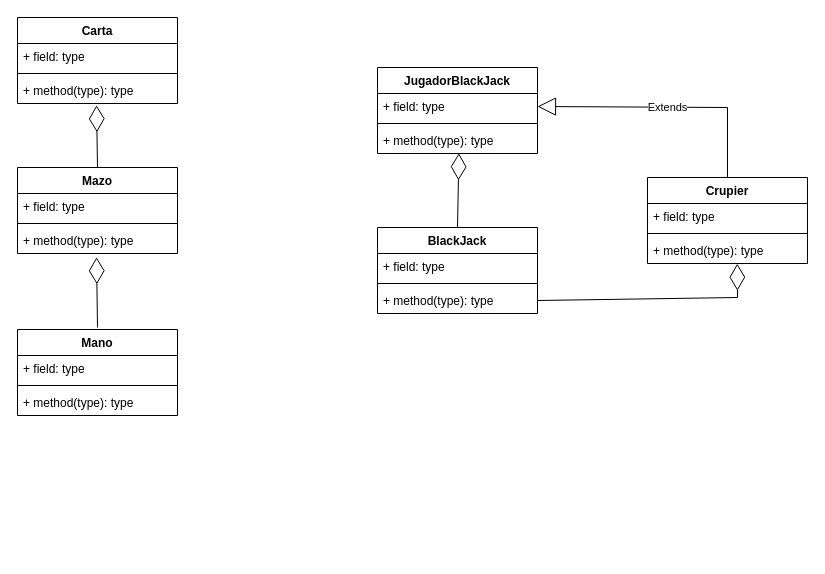
gceballos23/Casino keeps this draw.io diagram as page "BLACKJACK" (5 of 6) of MaquinaTragamonedas.drawio. Above is the earlier version. Source tidied: cells renumbered, new cells numbered last; positions are measured from the earlier drawing's top-left corner, leaving out a move shared by most shapes. Both pictures are drawn from the tidied source at 100%, with x=0, y=0 at pixel (17, 17).
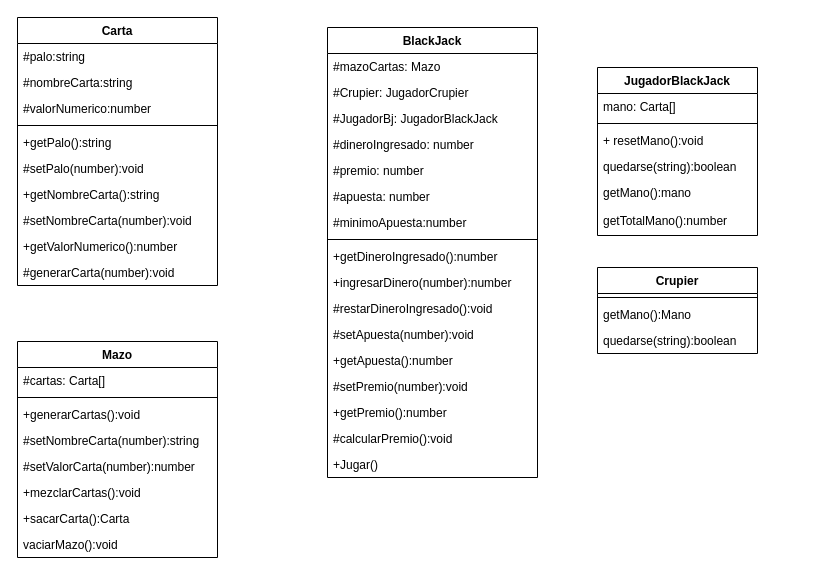
The same page after the edit.

Diff of the diagram source:
```diff
@@
     <mxCell id="2" value="Carta" style="swimlane;fontStyle=1;align=center;verticalAlign=top;horizontal=1;startSize=26;" parent="1" vertex="1">
-      <mxGeometry width="160" height="86" as="geometry" />
+      <mxGeometry width="200" height="268" as="geometry" />
     </mxCell>
-    <mxCell id="3" value="+ field: type" style="text;strokeColor=none;fillColor=none;align=left;verticalAlign=top;spacingLeft=4;spacingRight=4;overflow=hidden;" parent="2" vertex="1">
-      <mxGeometry y="26" width="160" height="26" as="geometry" />
+    <mxCell id="3" value="#palo:string" style="text;strokeColor=none;fillColor=none;align=left;verticalAlign=top;spacingLeft=4;spacingRight=4;overflow=hidden;" parent="2" vertex="1">
+      <mxGeometry y="26" width="200" height="26" as="geometry" />
     </mxCell>
+    <mxCell id="31" value="#nombreCarta:string" style="text;strokeColor=none;fillColor=none;align=left;verticalAlign=top;spacingLeft=4;spacingRight=4;overflow=hidden;" parent="2" vertex="1">
+      <mxGeometry y="52" width="200" height="26" as="geometry" />
+    </mxCell>
+    <mxCell id="32" value="#valorNumerico:number" style="text;strokeColor=none;fillColor=none;align=left;verticalAlign=top;spacingLeft=4;spacingRight=4;overflow=hidden;" parent="2" vertex="1">
+      <mxGeometry y="78" width="200" height="26" as="geometry" />
+    </mxCell>
     <mxCell id="4" style="line;strokeWidth=1;fillColor=none;align=left;verticalAlign=middle;spacingTop=-1;spacingLeft=3;spacingRight=3;labelPosition=right;strokeColor=inherit;" parent="2" vertex="1">
-      <mxGeometry y="52" width="160" height="8" as="geometry" />
+      <mxGeometry y="104" width="200" height="8" as="geometry" />
     </mxCell>
-    <mxCell id="5" value="+ method(type): type" style="text;strokeColor=none;fillColor=none;align=left;verticalAlign=top;spacingLeft=4;spacingRight=4;overflow=hidden;points=[[0,0.5],[1,0.5]];portConstraint=eastwest;" parent="2" vertex="1">
-      <mxGeometry y="60" width="160" height="26" as="geometry" />
+    <mxCell id="5" value="+getPalo():string" style="text;strokeColor=none;fillColor=none;align=left;verticalAlign=top;spacingLeft=4;spacingRight=4;overflow=hidden;points=[[0,0.5],[1,0.5]];portConstraint=eastwest;" parent="2" vertex="1">
+      <mxGeometry y="112" width="200" height="26" as="geometry" />
     </mxCell>
-    <mxCell id="6" value="Mazo" style="swimlane;fontStyle=1;align=center;verticalAlign=top;horizontal=1;startSize=26;" parent="1" vertex="1">
-      <mxGeometry y="150" width="160" height="86" as="geometry" />
-    </mxCell>
-    <mxCell id="7" value="+ field: type" style="text;strokeColor=none;fillColor=none;align=left;verticalAlign=top;spacingLeft=4;spacingRight=4;overflow=hidden;" parent="6" vertex="1">
-      <mxGeometry y="26" width="160" height="26" as="geometry" />
-    </mxCell>
-    <mxCell id="8" style="line;strokeWidth=1;fillColor=none;align=left;verticalAlign=middle;spacingTop=-1;spacingLeft=3;spacingRight=3;labelPosition=right;strokeColor=inherit;" parent="6" vertex="1">
-      <mxGeometry y="52" width="160" height="8" as="geometry" />
-    </mxCell>
-    <mxCell id="9" value="+ method(type): type" style="text;strokeColor=none;fillColor=none;align=left;verticalAlign=top;spacingLeft=4;spacingRight=4;overflow=hidden;points=[[0,0.5],[1,0.5]];portConstraint=eastwest;" parent="6" vertex="1">
-      <mxGeometry y="60" width="160" height="26" as="geometry" />
-    </mxCell>
-    <mxCell id="10" value="Mano" style="swimlane;fontStyle=1;align=center;verticalAlign=top;horizontal=1;startSize=26;" parent="1" vertex="1">
-      <mxGeometry y="312" width="160" height="86" as="geometry" />
-    </mxCell>
-    <mxCell id="11" value="+ field: type" style="text;strokeColor=none;fillColor=none;align=left;verticalAlign=top;spacingLeft=4;spacingRight=4;overflow=hidden;" parent="10" vertex="1">
-      <mxGeometry y="26" width="160" height="26" as="geometry" />
-    </mxCell>
-    <mxCell id="12" style="line;strokeWidth=1;fillColor=none;align=left;verticalAlign=middle;spacingTop=-1;spacingLeft=3;spacingRight=3;labelPosition=right;strokeColor=inherit;" parent="10" vertex="1">
-      <mxGeometry y="52" width="160" height="8" as="geometry" />
-    </mxCell>
-    <mxCell id="13" value="+ method(type): type" style="text;strokeColor=none;fillColor=none;align=left;verticalAlign=top;spacingLeft=4;spacingRight=4;overflow=hidden;" parent="10" vertex="1">
-      <mxGeometry y="60" width="160" height="26" as="geometry" />
-    </mxCell>
+    <mxCell id="33" value="#setPalo(number):void" style="text;strokeColor=none;fillColor=none;align=left;verticalAlign=top;spacingLeft=4;spacingRight=4;overflow=hidden;" parent="2" vertex="1">
+      <mxGeometry y="138" width="200" height="26" as="geometry" />
+    </mxCell>
+    <mxCell id="34" value="+getNombreCarta():string" style="text;strokeColor=none;fillColor=none;align=left;verticalAlign=top;spacingLeft=4;spacingRight=4;overflow=hidden;" parent="2" vertex="1">
+      <mxGeometry y="164" width="200" height="26" as="geometry" />
+    </mxCell>
+    <mxCell id="35" value="#setNombreCarta(number):void" style="text;strokeColor=none;fillColor=none;align=left;verticalAlign=top;spacingLeft=4;spacingRight=4;overflow=hidden;" parent="2" vertex="1">
+      <mxGeometry y="190" width="200" height="26" as="geometry" />
+    </mxCell>
+    <mxCell id="36" value="+getValorNumerico():number" style="text;strokeColor=none;fillColor=none;align=left;verticalAlign=top;spacingLeft=4;spacingRight=4;overflow=hidden;" parent="2" vertex="1">
+      <mxGeometry y="216" width="200" height="26" as="geometry" />
+    </mxCell>
+    <mxCell id="37" value="#generarCarta(number):void" style="text;strokeColor=none;fillColor=none;align=left;verticalAlign=top;spacingLeft=4;spacingRight=4;overflow=hidden;" parent="2" vertex="1">
+      <mxGeometry y="242" width="200" height="26" as="geometry" />
+    </mxCell>
     <mxCell id="14" value="JugadorBlackJack" style="swimlane;fontStyle=1;align=center;verticalAlign=top;horizontal=1;startSize=26;" parent="1" vertex="1">
-      <mxGeometry x="360" y="50" width="160" height="86" as="geometry" />
+      <mxGeometry x="580" y="50" width="160" height="168" as="geometry" />
     </mxCell>
-    <mxCell id="15" value="+ field: type" style="text;strokeColor=none;fillColor=none;align=left;verticalAlign=top;spacingLeft=4;spacingRight=4;overflow=hidden;points=[[0,0.5],[1,0.5]];portConstraint=eastwest;" parent="14" vertex="1">
+    <mxCell id="15" value="mano: Carta[]" style="text;strokeColor=none;fillColor=none;align=left;verticalAlign=top;spacingLeft=4;spacingRight=4;overflow=hidden;points=[[0,0.5],[1,0.5]];portConstraint=eastwest;" parent="14" vertex="1">
       <mxGeometry y="26" width="160" height="26" as="geometry" />
     </mxCell>
@@
-    <mxCell id="17" value="+ method(type): type" style="text;strokeColor=none;fillColor=none;align=left;verticalAlign=top;spacingLeft=4;spacingRight=4;overflow=hidden;points=[[0,0.5],[1,0.5]];portConstraint=eastwest;" parent="14" vertex="1">
+    <mxCell id="17" value="+ resetMano():void" style="text;strokeColor=none;fillColor=none;align=left;verticalAlign=top;spacingLeft=4;spacingRight=4;overflow=hidden;points=[[0,0.5],[1,0.5]];portConstraint=eastwest;" parent="14" vertex="1">
       <mxGeometry y="60" width="160" height="26" as="geometry" />
     </mxCell>
+    <mxCell id="38" value="quedarse(string):boolean" style="text;strokeColor=none;fillColor=none;align=left;verticalAlign=top;spacingLeft=4;spacingRight=4;overflow=hidden;" parent="14" vertex="1">
+      <mxGeometry y="86" width="160" height="26" as="geometry" />
+    </mxCell>
+    <mxCell id="39" value="getMano():mano" style="text;strokeColor=none;fillColor=none;align=left;verticalAlign=top;spacingLeft=4;spacingRight=4;overflow=hidden;" parent="14" vertex="1">
+      <mxGeometry y="112" width="160" height="28" as="geometry" />
+    </mxCell>
+    <mxCell id="40" value="getTotalMano():number" style="text;strokeColor=none;fillColor=none;align=left;verticalAlign=top;spacingLeft=4;spacingRight=4;overflow=hidden;" parent="14" vertex="1">
+      <mxGeometry y="140" width="160" height="28" as="geometry" />
+    </mxCell>
     <mxCell id="18" value="Crupier" style="swimlane;fontStyle=1;align=center;verticalAlign=top;horizontal=1;startSize=26;" parent="1" vertex="1">
-      <mxGeometry x="630" y="160" width="160" height="86" as="geometry" />
+      <mxGeometry x="580" y="250" width="160" height="86" as="geometry" />
     </mxCell>
-    <mxCell id="19" value="+ field: type" style="text;strokeColor=none;fillColor=none;align=left;verticalAlign=top;spacingLeft=4;spacingRight=4;overflow=hidden;" parent="18" vertex="1">
-      <mxGeometry y="26" width="160" height="26" as="geometry" />
-    </mxCell>
     <mxCell id="20" style="line;strokeWidth=1;fillColor=none;align=left;verticalAlign=middle;spacingTop=-1;spacingLeft=3;spacingRight=3;labelPosition=right;strokeColor=inherit;" parent="18" vertex="1">
-      <mxGeometry y="52" width="160" height="8" as="geometry" />
+      <mxGeometry y="26" width="160" height="8" as="geometry" />
     </mxCell>
-    <mxCell id="21" value="+ method(type): type" style="text;strokeColor=none;fillColor=none;align=left;verticalAlign=top;spacingLeft=4;spacingRight=4;overflow=hidden;points=[[0,0.5],[1,0.5]];portConstraint=eastwest;" parent="18" vertex="1">
-      <mxGeometry y="60" width="160" height="26" as="geometry" />
+    <mxCell id="21" value="getMano():Mano" style="text;strokeColor=none;fillColor=none;align=left;verticalAlign=top;spacingLeft=4;spacingRight=4;overflow=hidden;points=[[0,0.5],[1,0.5]];portConstraint=eastwest;" parent="18" vertex="1">
+      <mxGeometry y="34" width="160" height="26" as="geometry" />
     </mxCell>
+    <mxCell id="41" value="quedarse(string):boolean" style="text;strokeColor=none;fillColor=none;align=left;verticalAlign=top;spacingLeft=4;spacingRight=4;overflow=hidden;" parent="18" vertex="1">
+      <mxGeometry y="60" width="160" height="26" as="geometry" />
+    </mxCell>
+    <mxCell id="6" value="Mazo" style="swimlane;fontStyle=1;align=center;verticalAlign=top;horizontal=1;startSize=26;" parent="1" vertex="1">
+      <mxGeometry y="324" width="200" height="216" as="geometry" />
+    </mxCell>
+    <mxCell id="42" value="#cartas: Carta[]" style="text;strokeColor=none;fillColor=none;align=left;verticalAlign=top;spacingLeft=4;spacingRight=4;overflow=hidden;" parent="6" vertex="1">
+      <mxGeometry y="26" width="200" height="26" as="geometry" />
+    </mxCell>
+    <mxCell id="43" style="line;strokeWidth=1;fillColor=none;align=left;verticalAlign=middle;spacingTop=-1;spacingLeft=3;spacingRight=3;labelPosition=right;strokeColor=inherit;" parent="6" vertex="1">
+      <mxGeometry y="52" width="200" height="8" as="geometry" />
+    </mxCell>
+    <mxCell id="44" value="+generarCartas():void" style="text;strokeColor=none;fillColor=none;align=left;verticalAlign=top;spacingLeft=4;spacingRight=4;overflow=hidden;" parent="6" vertex="1">
+      <mxGeometry y="60" width="200" height="26" as="geometry" />
+    </mxCell>
+    <mxCell id="45" value="#setNombreCarta(number):string" style="text;strokeColor=none;fillColor=none;align=left;verticalAlign=top;spacingLeft=4;spacingRight=4;overflow=hidden;" parent="6" vertex="1">
+      <mxGeometry y="86" width="200" height="26" as="geometry" />
+    </mxCell>
+    <mxCell id="46" value="#setValorCarta(number):number" style="text;strokeColor=none;fillColor=none;align=left;verticalAlign=top;spacingLeft=4;spacingRight=4;overflow=hidden;" parent="6" vertex="1">
+      <mxGeometry y="112" width="200" height="26" as="geometry" />
+    </mxCell>
+    <mxCell id="47" value="+mezclarCartas():void" style="text;strokeColor=none;fillColor=none;align=left;verticalAlign=top;spacingLeft=4;spacingRight=4;overflow=hidden;" parent="6" vertex="1">
+      <mxGeometry y="138" width="200" height="26" as="geometry" />
+    </mxCell>
+    <mxCell id="48" value="+sacarCarta():Carta" style="text;strokeColor=none;fillColor=none;align=left;verticalAlign=top;spacingLeft=4;spacingRight=4;overflow=hidden;" parent="6" vertex="1">
+      <mxGeometry y="164" width="200" height="26" as="geometry" />
+    </mxCell>
+    <mxCell id="49" value="vaciarMazo():void" style="text;strokeColor=none;fillColor=none;align=left;verticalAlign=top;spacingLeft=4;spacingRight=4;overflow=hidden;" parent="6" vertex="1">
+      <mxGeometry y="190" width="200" height="26" as="geometry" />
+    </mxCell>
     <mxCell id="22" value="BlackJack" style="swimlane;fontStyle=1;align=center;verticalAlign=top;horizontal=1;startSize=26;" parent="1" vertex="1">
-      <mxGeometry x="360" y="210" width="160" height="86" as="geometry" />
+      <mxGeometry x="310" y="10" width="210" height="450" as="geometry" />
     </mxCell>
-    <mxCell id="23" value="+ field: type" style="text;strokeColor=none;fillColor=none;align=left;verticalAlign=top;spacingLeft=4;spacingRight=4;overflow=hidden;" parent="22" vertex="1">
-      <mxGeometry y="26" width="160" height="26" as="geometry" />
-    </mxCell>
-    <mxCell id="24" style="line;strokeWidth=1;fillColor=none;align=left;verticalAlign=middle;spacingTop=-1;spacingLeft=3;spacingRight=3;labelPosition=right;strokeColor=inherit;" parent="22" vertex="1">
-      <mxGeometry y="52" width="160" height="8" as="geometry" />
-    </mxCell>
-    <mxCell id="25" value="+ method(type): type" style="text;strokeColor=none;fillColor=none;align=left;verticalAlign=top;spacingLeft=4;spacingRight=4;overflow=hidden;points=[[0,0.5],[1,0.5]];portConstraint=eastwest;" parent="22" vertex="1">
-      <mxGeometry y="60" width="160" height="26" as="geometry" />
-    </mxCell>
-    <mxCell id="26" value="Extends" style="endArrow=block;endSize=16;endFill=0;html=1;rounded=0;exitX=0.5;exitY=0;exitDx=0;exitDy=0;entryX=1;entryY=0.5;entryDx=0;entryDy=0;" parent="1" edge="1" source="18" target="15">
-      <mxGeometry relative="1" as="geometry">
-        <Array as="points">
-          <mxPoint x="710" y="90" />
-        </Array>
-      </mxGeometry>
-    </mxCell>
-    <mxCell id="27" style="endArrow=diamondThin;endFill=0;endSize=24;html=1;rounded=0;entryX=0.509;entryY=0.992;entryDx=0;entryDy=0;entryPerimeter=0;exitX=0.5;exitY=0;exitDx=0;exitDy=0;" parent="1" edge="1" source="22" target="17">
-      <mxGeometry relative="1" as="geometry" />
-    </mxCell>
-    <mxCell id="28" style="endArrow=diamondThin;endFill=0;endSize=24;html=1;rounded=0;exitX=1;exitY=0.5;exitDx=0;exitDy=0;entryX=0.561;entryY=1.008;entryDx=0;entryDy=0;entryPerimeter=0;" parent="1" edge="1" source="25" target="21">
-      <mxGeometry relative="1" as="geometry">
-        <Array as="points">
-          <mxPoint x="720" y="280" />
-        </Array>
-      </mxGeometry>
-    </mxCell>
-    <mxCell id="29" style="endArrow=diamondThin;endFill=0;endSize=24;html=1;rounded=0;entryX=0.494;entryY=1.069;entryDx=0;entryDy=0;entryPerimeter=0;exitX=0.5;exitY=0;exitDx=0;exitDy=0;" parent="1" edge="1" source="6" target="5">
-      <mxGeometry relative="1" as="geometry" />
-    </mxCell>
-    <mxCell id="30" style="endArrow=diamondThin;endFill=0;endSize=24;html=1;rounded=0;entryX=0.494;entryY=1.146;entryDx=0;entryDy=0;entryPerimeter=0;" parent="1" edge="1" target="9">
-      <mxGeometry relative="1" as="geometry">
-        <mxPoint x="80" y="310" as="sourcePoint" />
-      </mxGeometry>
-    </mxCell>
+    <mxCell id="50" value="#mazoCartas: Mazo" style="text;strokeColor=none;fillColor=none;align=left;verticalAlign=top;spacingLeft=4;spacingRight=4;overflow=hidden;" parent="22" vertex="1">
+      <mxGeometry y="26" width="210" height="26" as="geometry" />
+    </mxCell>
+    <mxCell id="51" value="#Crupier: JugadorCrupier" style="text;strokeColor=none;fillColor=none;align=left;verticalAlign=top;spacingLeft=4;spacingRight=4;overflow=hidden;" parent="22" vertex="1">
+      <mxGeometry y="52" width="210" height="26" as="geometry" />
+    </mxCell>
+    <mxCell id="52" value="#JugadorBj: JugadorBlackJack" style="text;strokeColor=none;fillColor=none;align=left;verticalAlign=top;spacingLeft=4;spacingRight=4;overflow=hidden;" parent="22" vertex="1">
+      <mxGeometry y="78" width="210" height="26" as="geometry" />
+    </mxCell>
+    <mxCell id="53" value="#dineroIngresado: number" style="text;strokeColor=none;fillColor=none;align=left;verticalAlign=top;spacingLeft=4;spacingRight=4;overflow=hidden;" parent="22" vertex="1">
+      <mxGeometry y="104" width="210" height="26" as="geometry" />
+    </mxCell>
+    <mxCell id="54" value="#premio: number" style="text;strokeColor=none;fillColor=none;align=left;verticalAlign=top;spacingLeft=4;spacingRight=4;overflow=hidden;" parent="22" vertex="1">
+      <mxGeometry y="130" width="210" height="26" as="geometry" />
+    </mxCell>
+    <mxCell id="55" value="#apuesta: number" style="text;strokeColor=none;fillColor=none;align=left;verticalAlign=top;spacingLeft=4;spacingRight=4;overflow=hidden;" parent="22" vertex="1">
+      <mxGeometry y="156" width="210" height="26" as="geometry" />
+    </mxCell>
+    <mxCell id="56" value="#minimoApuesta:number" style="text;strokeColor=none;fillColor=none;align=left;verticalAlign=top;spacingLeft=4;spacingRight=4;overflow=hidden;" parent="22" vertex="1">
+      <mxGeometry y="182" width="210" height="26" as="geometry" />
+    </mxCell>
+    <mxCell id="57" style="line;strokeWidth=1;fillColor=none;align=left;verticalAlign=middle;spacingTop=-1;spacingLeft=3;spacingRight=3;labelPosition=right;strokeColor=inherit;" parent="22" vertex="1">
+      <mxGeometry y="208" width="210" height="8" as="geometry" />
+    </mxCell>
+    <mxCell id="58" value="+getDineroIngresado():number" style="text;strokeColor=none;fillColor=none;align=left;verticalAlign=top;spacingLeft=4;spacingRight=4;overflow=hidden;" parent="22" vertex="1">
+      <mxGeometry y="216" width="210" height="26" as="geometry" />
+    </mxCell>
+    <mxCell id="59" value="+ingresarDinero(number):number" style="text;strokeColor=none;fillColor=none;align=left;verticalAlign=top;spacingLeft=4;spacingRight=4;overflow=hidden;" parent="22" vertex="1">
+      <mxGeometry y="242" width="210" height="26" as="geometry" />
+    </mxCell>
+    <mxCell id="60" value="#restarDineroIngresado():void" style="text;strokeColor=none;fillColor=none;align=left;verticalAlign=top;spacingLeft=4;spacingRight=4;overflow=hidden;" parent="22" vertex="1">
+      <mxGeometry y="268" width="210" height="26" as="geometry" />
+    </mxCell>
+    <mxCell id="61" value="#setApuesta(number):void" style="text;strokeColor=none;fillColor=none;align=left;verticalAlign=top;spacingLeft=4;spacingRight=4;overflow=hidden;" parent="22" vertex="1">
+      <mxGeometry y="294" width="210" height="26" as="geometry" />
+    </mxCell>
+    <mxCell id="62" value="+getApuesta():number" style="text;strokeColor=none;fillColor=none;align=left;verticalAlign=top;spacingLeft=4;spacingRight=4;overflow=hidden;" parent="22" vertex="1">
+      <mxGeometry y="320" width="210" height="26" as="geometry" />
+    </mxCell>
+    <mxCell id="63" value="#setPremio(number):void" style="text;strokeColor=none;fillColor=none;align=left;verticalAlign=top;spacingLeft=4;spacingRight=4;overflow=hidden;" parent="22" vertex="1">
+      <mxGeometry y="346" width="210" height="26" as="geometry" />
+    </mxCell>
+    <mxCell id="64" value="+getPremio():number" style="text;strokeColor=none;fillColor=none;align=left;verticalAlign=top;spacingLeft=4;spacingRight=4;overflow=hidden;" parent="22" vertex="1">
+      <mxGeometry y="372" width="210" height="26" as="geometry" />
+    </mxCell>
+    <mxCell id="65" value="#calcularPremio():void" style="text;strokeColor=none;fillColor=none;align=left;verticalAlign=top;spacingLeft=4;spacingRight=4;overflow=hidden;" parent="22" vertex="1">
+      <mxGeometry y="398" width="210" height="26" as="geometry" />
+    </mxCell>
+    <mxCell id="66" value="+Jugar()" style="text;strokeColor=none;fillColor=none;align=left;verticalAlign=top;spacingLeft=4;spacingRight=4;overflow=hidden;" parent="22" vertex="1">
+      <mxGeometry y="424" width="210" height="26" as="geometry" />
+    </mxCell>
```
